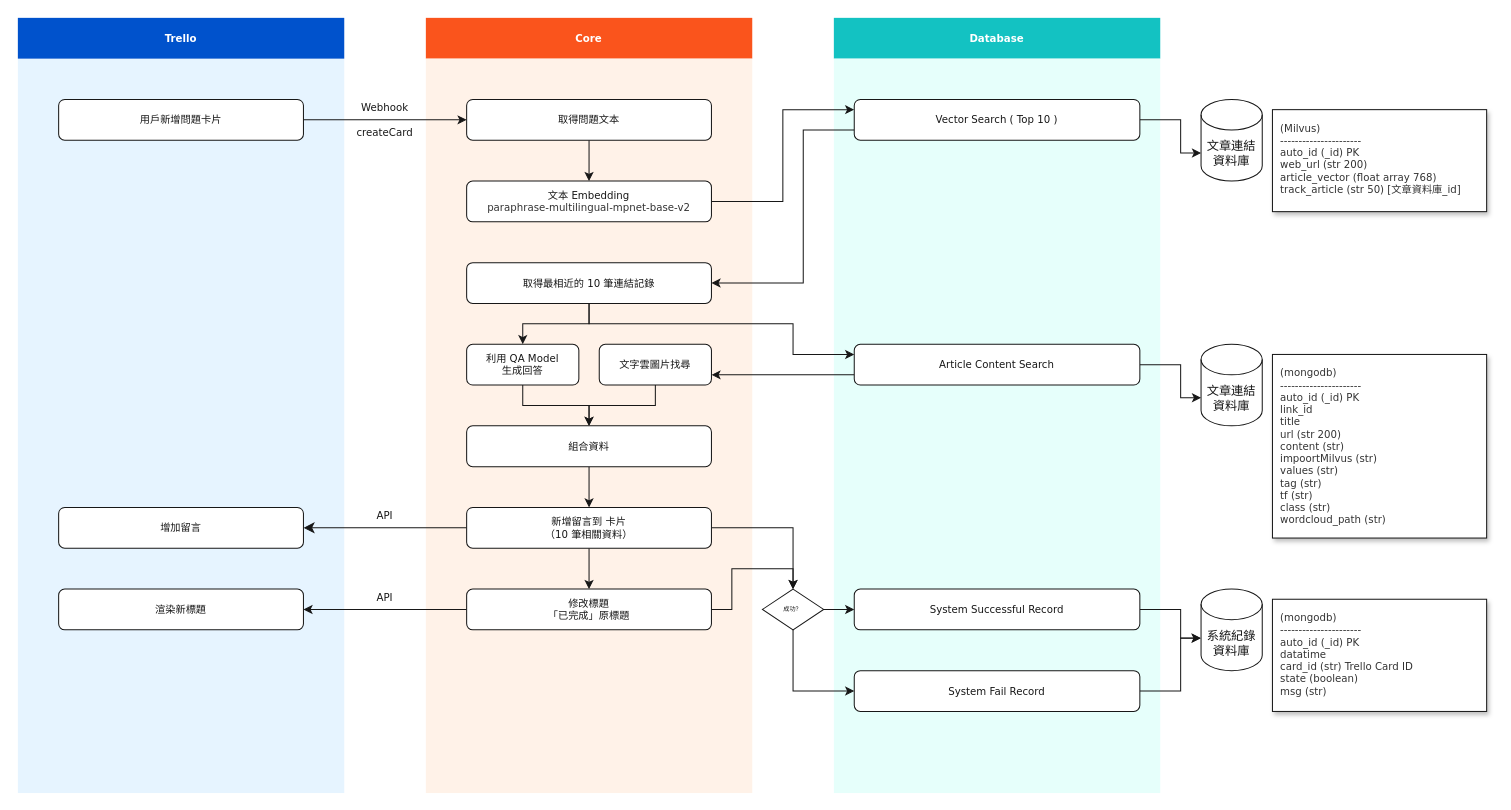
The draw.io diagram docs/Trello 系統流程設計圖.drawio in tony13382/202307_trello_finder, before the edit. Source tidied: cells renumbered, new cells numbered last; positions are measured from the earlier drawing's top-left corner, leaving out a move shared by most shapes. Both pictures are drawn from the tidied source at 102%, with x=0, y=0 at pixel (17, 17).
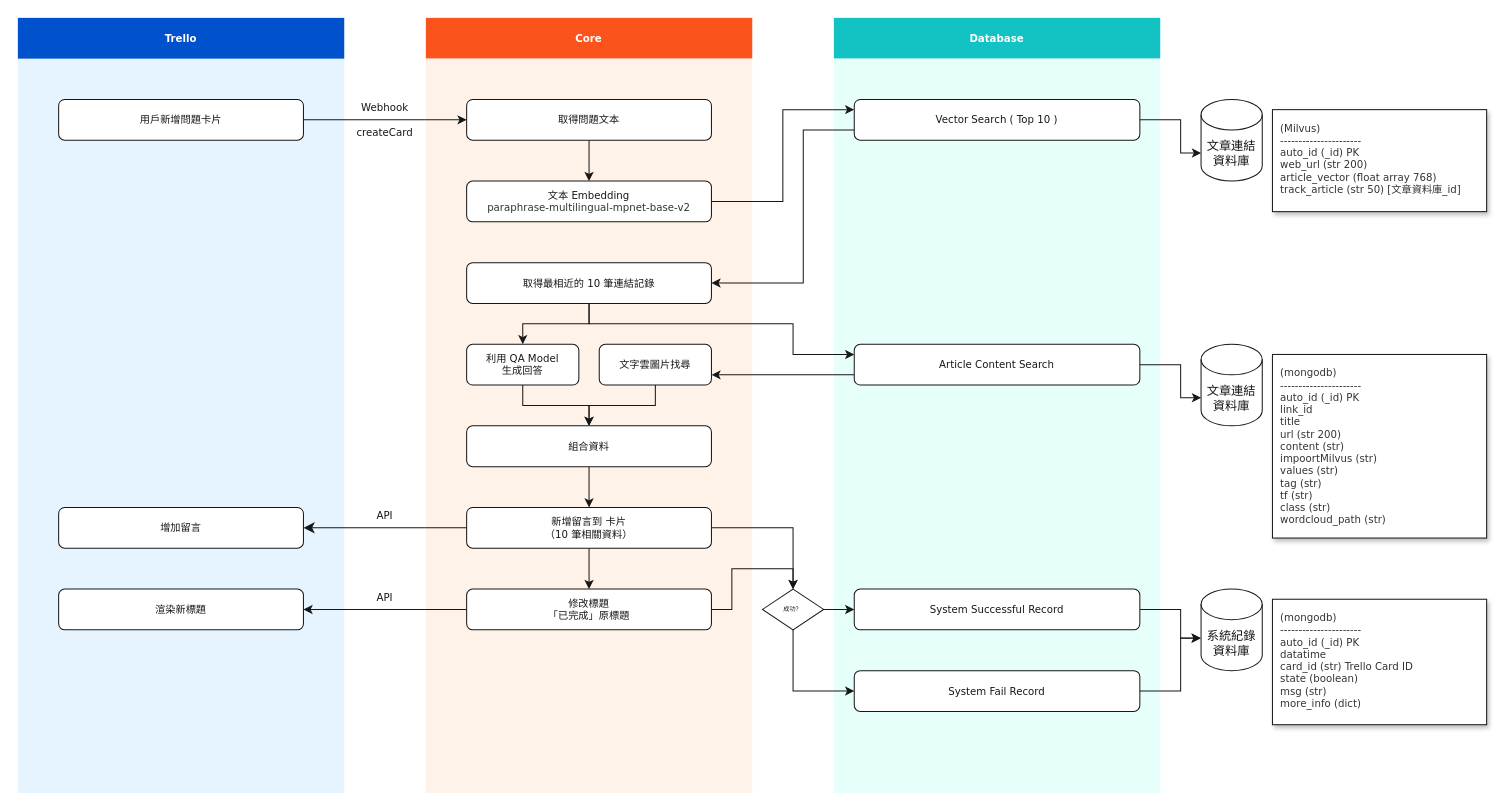
Above is the later version.

The edit, as a diff of the source:
```diff
@@
-    <mxCell id="48" value="(mongodb)&lt;br&gt;----------------------&lt;br&gt;auto_id&lt;font&gt; (_id) PK&lt;/font&gt;&lt;br&gt;datatime&lt;br&gt;card_id&lt;font&gt; (str) Trello Card ID&lt;br&gt;&lt;/font&gt;state&lt;font&gt; (boolean)&lt;/font&gt;&lt;br&gt;msg&lt;font&gt; (str)&lt;br&gt;&lt;br&gt;&lt;/font&gt;" style="whiteSpace=wrap;html=1;rounded=0;fontFamily=Verdana;fontSize=10;spacingLeft=8;align=left;verticalAlign=top;spacingTop=8;spacing=0;glass=0;shadow=1;fillColor=#FFFFFF;fontColor=#333333;strokeColor=#171717;" parent="1" vertex="1">
-      <mxGeometry x="1230" y="570" width="210" height="110" as="geometry" />
+    <mxCell id="48" value="(mongodb)&lt;br&gt;----------------------&lt;br&gt;auto_id&lt;font&gt; (_id) PK&lt;/font&gt;&lt;br&gt;datatime&lt;br&gt;card_id&lt;font&gt; (str) Trello Card ID&lt;br&gt;&lt;/font&gt;state&lt;font&gt; (boolean)&lt;/font&gt;&lt;br&gt;msg&lt;font&gt; (str)&lt;br&gt;more_info (dict)&lt;br&gt;&lt;/font&gt;" style="whiteSpace=wrap;html=1;rounded=0;fontFamily=Verdana;fontSize=10;spacingLeft=8;align=left;verticalAlign=top;spacingTop=8;spacing=0;glass=0;shadow=1;fillColor=#FFFFFF;fontColor=#333333;strokeColor=#171717;" parent="1" vertex="1">
+      <mxGeometry x="1230" y="570" width="210" height="123" as="geometry" />
     </mxCell>
```
